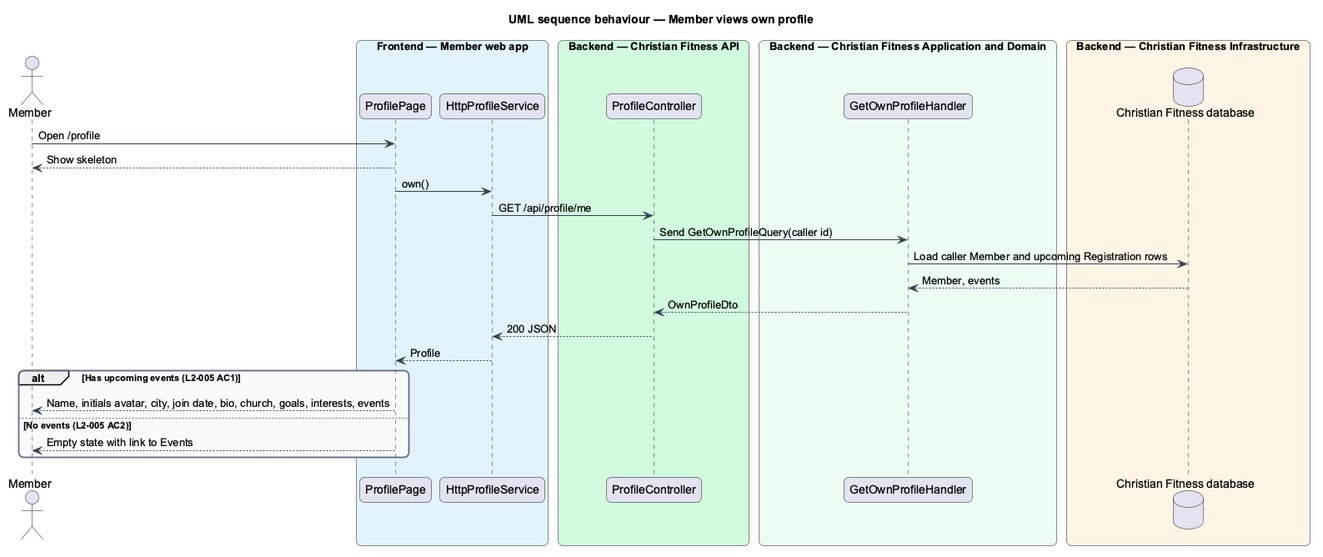
Earlier version of the PlantUML export docs/detailed-designs/member-profile/view-profile/diagrams/sequence-view-own-profile.png (QuinntyneBrown/christian-fitness). Source of this version:
```plantuml
@startuml
title UML sequence behaviour — Member views own profile
skinparam backgroundColor #FFFFFF
skinparam shadowing false
skinparam roundcorner 12
skinparam defaultFontName Arial
skinparam ArrowColor #344054
skinparam rectangle {
  BorderColor #344054
  FontColor #101828
}
skinparam package {
  BorderColor #667085
  FontColor #101828
  BackgroundColor #F9FAFB
}
actor "Member" as actor
box "Frontend — Member web app" #E0F2FE
  participant "ProfilePage" as page
  participant "HttpProfileService" as client
end box
box "Backend — Christian Fitness API" #D1FADF
  participant "ProfileController" as ctrl
end box
box "Backend — Christian Fitness Application and Domain" #ECFDF3
  participant "GetOwnProfileHandler" as h
end box
box "Backend — Christian Fitness Infrastructure" #FFF4E5
  database "Christian Fitness database" as db
end box
actor -> page : Open /profile
page --> actor : Show skeleton
page -> client : own()
client -> ctrl : GET /api/profile/me
ctrl -> h : Send GetOwnProfileQuery(caller id)
h -> db : Load caller Member and upcoming Registration rows
db --> h : Member, events
h --> ctrl : OwnProfileDto
ctrl --> client : 200 JSON
client --> page : Profile
alt Has upcoming events (L2-005 AC1)
  page --> actor : Name, initials avatar, city, join date, bio, church, goals, interests, events
else No events (L2-005 AC2)
  page --> actor : Empty state with link to Events
end
@enduml
```
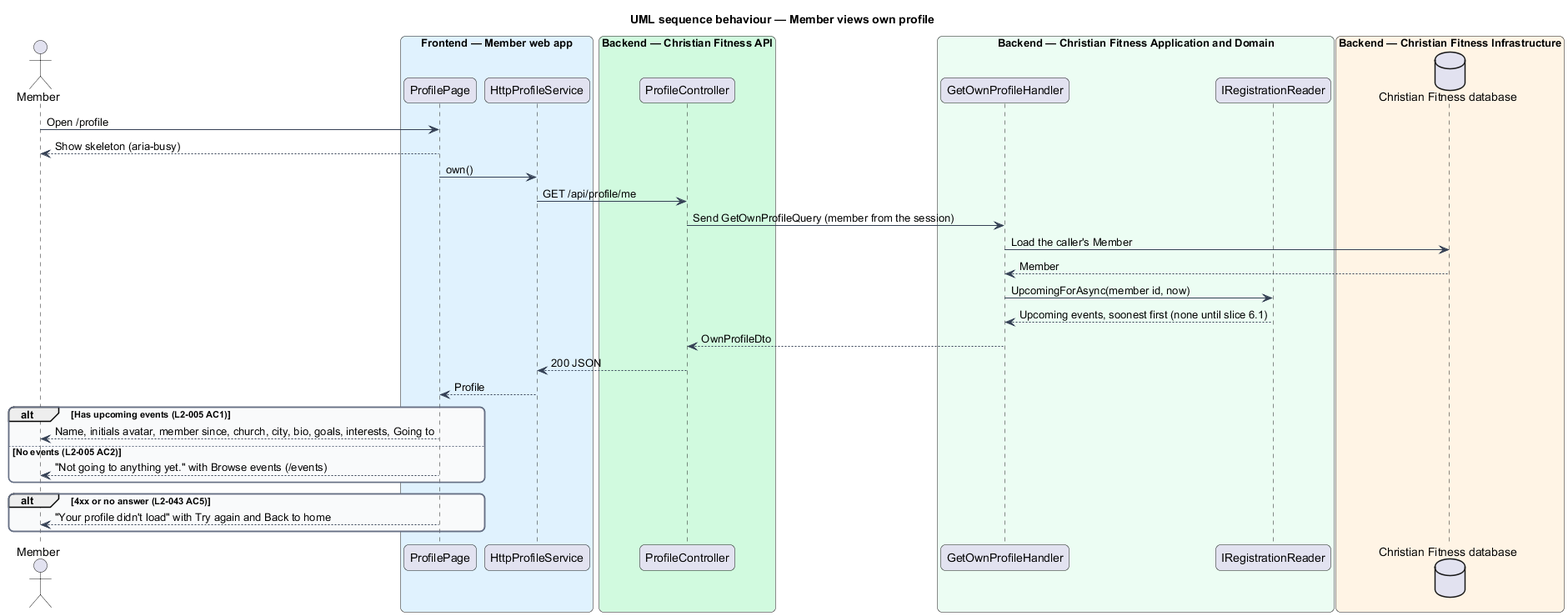
Later version of the same file.

The edit, as a diff of the source:
```diff
@@ -24,23 +24,29 @@
 end box
 box "Backend — Christian Fitness Application and Domain" #ECFDF3
   participant "GetOwnProfileHandler" as h
+  participant "IRegistrationReader" as reg
 end box
 box "Backend — Christian Fitness Infrastructure" #FFF4E5
   database "Christian Fitness database" as db
 end box
 actor -> page : Open /profile
-page --> actor : Show skeleton
+page --> actor : Show skeleton (aria-busy)
 page -> client : own()
 client -> ctrl : GET /api/profile/me
-ctrl -> h : Send GetOwnProfileQuery(caller id)
-h -> db : Load caller Member and upcoming Registration rows
-db --> h : Member, events
+ctrl -> h : Send GetOwnProfileQuery (member from the session)
+h -> db : Load the caller's Member
+db --> h : Member
+h -> reg : UpcomingForAsync(member id, now)
+reg --> h : Upcoming events, soonest first (none until slice 6.1)
 h --> ctrl : OwnProfileDto
 ctrl --> client : 200 JSON
 client --> page : Profile
 alt Has upcoming events (L2-005 AC1)
-  page --> actor : Name, initials avatar, city, join date, bio, church, goals, interests, events
+  page --> actor : Name, initials avatar, member since, church, city, bio, goals, interests, Going to
 else No events (L2-005 AC2)
-  page --> actor : Empty state with link to Events
+  page --> actor : "Not going to anything yet." with Browse events (/events)
+end
+alt 4xx or no answer (L2-043 AC5)
+  page --> actor : "Your profile didn't load" with Try again and Back to home
 end
 @enduml
```
